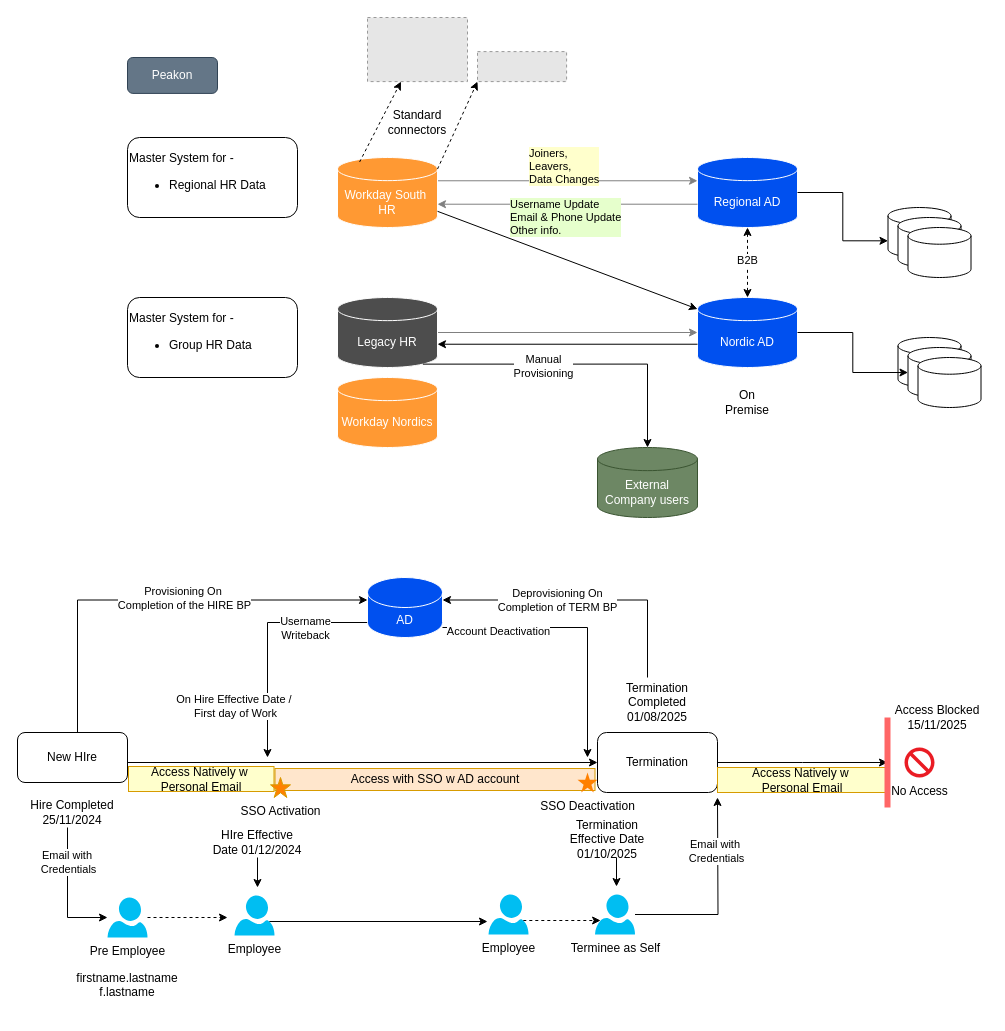
Above: KARNOV.drawio in sandyaroma/sandyaroma (draw.io), before the change. Source tidied: cells renumbered, new cells numbered last; positions are measured from the earlier drawing's top-left corner, leaving out a move shared by most shapes. Both pictures are drawn from the tidied source at 100%, with x=0, y=0 at pixel (17, 17). Pictures stored in the file or linked from it are replaced by grey dashed boxes.
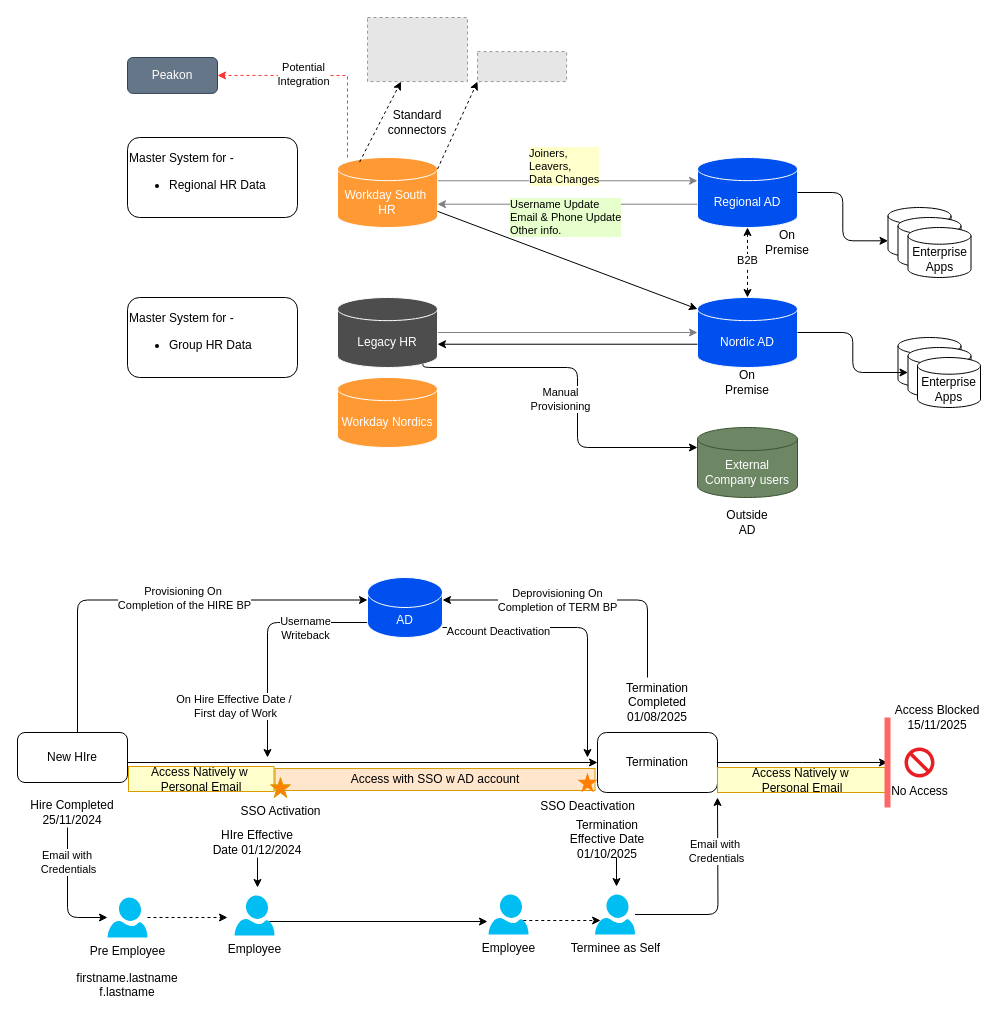
After the change.

The change refers to these unchanged cells:
```xml
<mxCell id="4" value="&lt;font color=&quot;#ffffff&quot;&gt;Workday South&amp;nbsp;&lt;/font&gt;&lt;div&gt;&lt;font color=&quot;#ffffff&quot;&gt;HR&lt;/font&gt;&lt;/div&gt;" style="shape=cylinder3;whiteSpace=wrap;html=1;boundedLbl=1;backgroundOutline=1;size=11.56951904296875;fillColor=#FF9933;strokeColor=#FFFFFF;" parent="1" vertex="1">
  <mxGeometry x="320" y="140" width="100" height="70" as="geometry" />
</mxCell>
<mxCell id="5" value="&lt;font color=&quot;#ffffff&quot;&gt;Regional AD&lt;/font&gt;" style="shape=cylinder3;whiteSpace=wrap;html=1;boundedLbl=1;backgroundOutline=1;size=11.56951904296875;fillColor=#0050ef;strokeColor=#FFFFFF;fontColor=#ffffff;" parent="1" vertex="1">
  <mxGeometry x="680" y="140" width="100" height="70" as="geometry" />
</mxCell>
<mxCell id="6" value="&lt;font color=&quot;#ffffff&quot;&gt;Nordic AD&lt;/font&gt;" style="shape=cylinder3;whiteSpace=wrap;html=1;boundedLbl=1;backgroundOutline=1;size=11.56951904296875;fillColor=#0050ef;strokeColor=#FFFFFF;fontColor=#ffffff;" parent="1" vertex="1">
  <mxGeometry x="680" y="280" width="100" height="70" as="geometry" />
</mxCell>
<mxCell id="8" value="&lt;font color=&quot;#ffffff&quot;&gt;Legacy HR&lt;/font&gt;" style="shape=cylinder3;whiteSpace=wrap;html=1;boundedLbl=1;backgroundOutline=1;size=11.56951904296875;fillColor=#4D4D4D;strokeColor=#FFFFFF;" parent="1" vertex="1">
  <mxGeometry x="320" y="280" width="100" height="70" as="geometry" />
</mxCell>
<mxCell id="19" value="Peakon" style="rounded=1;whiteSpace=wrap;html=1;fillColor=#647687;fontColor=#ffffff;strokeColor=#314354;" parent="1" vertex="1">
  <mxGeometry x="110" y="40" width="90" height="35.9" as="geometry" />
</mxCell>
<mxCell id="26" value="New HIre" style="rounded=1;whiteSpace=wrap;html=1;" parent="1" vertex="1">
  <mxGeometry y="715" width="110" height="50" as="geometry" />
</mxCell>
<mxCell id="32" value="Hire Completed&lt;div&gt;25/11/2024&lt;/div&gt;" style="text;html=1;align=center;verticalAlign=middle;whiteSpace=wrap;rounded=0;" parent="1" vertex="1">
  <mxGeometry x="10" y="780" width="90" height="30" as="geometry" />
</mxCell>
<mxCell id="35" value="Pre Employee" style="verticalLabelPosition=bottom;html=1;verticalAlign=top;align=center;strokeColor=none;fillColor=#00BEF2;shape=mxgraph.azure.user;" parent="1" vertex="1">
  <mxGeometry x="90" y="880" width="40" height="40" as="geometry" />
</mxCell>
<mxCell id="42" value="AD" style="shape=cylinder3;whiteSpace=wrap;html=1;boundedLbl=1;backgroundOutline=1;size=15;fillColor=#0050ef;fontColor=#ffffff;strokeColor=#FFFFFF;" parent="1" vertex="1">
  <mxGeometry x="350" y="560" width="75" height="60" as="geometry" />
</mxCell>
<mxCell id="47" value="Terminee as Self" style="verticalLabelPosition=bottom;html=1;verticalAlign=top;align=center;strokeColor=none;fillColor=#00BEF2;shape=mxgraph.azure.user;" parent="1" vertex="1">
  <mxGeometry x="577.5" y="877" width="40" height="40" as="geometry" />
</mxCell>
<mxCell id="65" style="shape=cylinder3;whiteSpace=wrap;html=1;boundedLbl=1;backgroundOutline=1;size=8.363479614257841;" parent="1" vertex="1">
  <mxGeometry x="870.5" y="190" width="63" height="50" as="geometry" />
</mxCell>
<mxCell id="70" style="shape=cylinder3;whiteSpace=wrap;html=1;boundedLbl=1;backgroundOutline=1;size=8.363479614257841;" parent="1" vertex="1">
  <mxGeometry x="890.5" y="330" width="63" height="50" as="geometry" />
</mxCell>
```

The edit, as a diff of the source:
```diff
@@
+    <mxCell id="76" style="edgeStyle=orthogonalEdgeStyle;rounded=0;jettySize=auto;html=1;entryX=1;entryY=0.5;entryDx=0;entryDy=0;dashed=1;strokeColor=#FF3333;" parent="1" edge="1" source="4" target="19">
+      <mxGeometry relative="1" as="geometry">
+        <Array as="points">
+          <mxPoint x="330" y="58" />
+        </Array>
+      </mxGeometry>
+    </mxCell>
+    <mxCell id="77" value="Potential&lt;div&gt;Integration&lt;/div&gt;" style="edgeLabel;html=1;align=center;verticalAlign=middle;" parent="76" vertex="1">
+      <mxGeometry x="0.2" y="-1" relative="1" as="geometry" />
+    </mxCell>
@@
     <mxCell id="18" value="On Premise" style="text;html=1;align=center;verticalAlign=middle;whiteSpace=wrap;rounded=0;" parent="1" vertex="1">
-      <mxGeometry x="700" y="370" width="60" height="30" as="geometry" />
+      <mxGeometry x="700" y="350" width="60" height="30" as="geometry" />
     </mxCell>
@@
-    <mxCell id="24" style="edgeStyle=orthogonalEdgeStyle;rounded=0;jettySize=auto;html=1;entryX=0;entryY=0;entryDx=0;entryDy=22.5;entryPerimeter=0;" parent="1" edge="1" source="26" target="42">
+    <mxCell id="24" style="edgeStyle=orthogonalEdgeStyle;rounded=1;jettySize=auto;html=1;entryX=0;entryY=0;entryDx=0;entryDy=22.5;entryPerimeter=0;curved=0;" parent="1" edge="1" source="26" target="42">
       <mxGeometry relative="1" as="geometry">
         <Array as="points">
           <mxPoint x="60" y="583" />
         </Array>
       </mxGeometry>
     </mxCell>
@@
-    <mxCell id="30" style="edgeStyle=orthogonalEdgeStyle;rounded=0;jettySize=auto;html=1;" parent="1" edge="1" source="32" target="35">
+    <mxCell id="30" style="edgeStyle=orthogonalEdgeStyle;rounded=1;jettySize=auto;html=1;curved=0;" parent="1" edge="1" source="32" target="35">
       <mxGeometry relative="1" as="geometry">
         <Array as="points">
           <mxPoint x="50" y="900" />
         </Array>
       </mxGeometry>
     </mxCell>
@@
-    <mxCell id="38" style="edgeStyle=orthogonalEdgeStyle;rounded=0;jettySize=auto;html=1;exitX=0;exitY=1;exitDx=0;exitDy=-15;exitPerimeter=0;" parent="1" edge="1" source="42">
+    <mxCell id="38" style="edgeStyle=orthogonalEdgeStyle;rounded=1;jettySize=auto;html=1;exitX=0;exitY=1;exitDx=0;exitDy=-15;exitPerimeter=0;curved=0;" parent="1" edge="1" source="42">
       <mxGeometry relative="1" as="geometry">
         <mxPoint x="250" y="740" as="targetPoint" />
         <Array as="points">
           <mxPoint x="250" y="605" />
         </Array>
       </mxGeometry>
     </mxCell>
@@
-    <mxCell id="41" style="edgeStyle=orthogonalEdgeStyle;rounded=0;jettySize=auto;html=1;" parent="1" edge="1" source="42">
+    <mxCell id="41" style="edgeStyle=orthogonalEdgeStyle;rounded=1;jettySize=auto;html=1;curved=0;" parent="1" edge="1" source="42">
       <mxGeometry relative="1" as="geometry">
         <mxPoint x="570" y="740" as="targetPoint" />
         <Array as="points">
           <mxPoint x="570" y="610" />
         </Array>
       </mxGeometry>
     </mxCell>
@@
-    <mxCell id="45" style="edgeStyle=orthogonalEdgeStyle;rounded=0;jettySize=auto;html=1;" parent="1" edge="1" source="47">
+    <mxCell id="45" style="edgeStyle=orthogonalEdgeStyle;rounded=1;jettySize=auto;html=1;curved=0;" parent="1" edge="1" source="47">
       <mxGeometry relative="1" as="geometry">
         <mxPoint x="700" y="780" as="targetPoint" />
       </mxGeometry>
     </mxCell>
@@
-    <mxCell id="57" style="edgeStyle=orthogonalEdgeStyle;rounded=0;jettySize=auto;html=1;entryX=1;entryY=0;entryDx=0;entryDy=22.5;entryPerimeter=0;" parent="1" edge="1" target="42">
+    <mxCell id="57" style="edgeStyle=orthogonalEdgeStyle;rounded=1;jettySize=auto;html=1;entryX=1;entryY=0;entryDx=0;entryDy=22.5;entryPerimeter=0;curved=0;" parent="1" edge="1" target="42">
       <mxGeometry relative="1" as="geometry">
         <mxPoint x="630" y="660" as="sourcePoint" />
         <Array as="points">
           <mxPoint x="630" y="583" />
         </Array>
       </mxGeometry>
     </mxCell>
@@
-    <mxCell id="67" style="shape=cylinder3;whiteSpace=wrap;html=1;boundedLbl=1;backgroundOutline=1;size=8.363479614257841;" parent="1" vertex="1">
+    <mxCell id="67" value="Enterprise&lt;div&gt;Apps&lt;/div&gt;" style="shape=cylinder3;whiteSpace=wrap;html=1;boundedLbl=1;backgroundOutline=1;size=8.363479614257841;" parent="1" vertex="1">
       <mxGeometry x="890.5" y="210" width="63" height="50" as="geometry" />
     </mxCell>
-    <mxCell id="68" style="edgeStyle=orthogonalEdgeStyle;rounded=0;jettySize=auto;html=1;entryX=0;entryY=0;entryDx=0;entryDy=33.31826019287108;entryPerimeter=0;" parent="1" edge="1" source="5" target="65">
+    <mxCell id="68" style="edgeStyle=orthogonalEdgeStyle;rounded=1;jettySize=auto;html=1;entryX=0;entryY=0;entryDx=0;entryDy=33.31826019287108;entryPerimeter=0;curved=0;" parent="1" edge="1" source="5" target="65">
       <mxGeometry relative="1" as="geometry" />
     </mxCell>
@@
-    <mxCell id="71" style="shape=cylinder3;whiteSpace=wrap;html=1;boundedLbl=1;backgroundOutline=1;size=8.363479614257841;" parent="1" vertex="1">
-      <mxGeometry x="900.5" y="340" width="63" height="50" as="geometry" />
-    </mxCell>
-    <mxCell id="72" style="edgeStyle=orthogonalEdgeStyle;rounded=0;jettySize=auto;html=1;entryX=0;entryY=0.5;entryDx=0;entryDy=0;entryPerimeter=0;" parent="1" edge="1" source="6" target="70">
+    <mxCell id="72" style="edgeStyle=orthogonalEdgeStyle;rounded=1;jettySize=auto;html=1;entryX=0;entryY=0.5;entryDx=0;entryDy=0;entryPerimeter=0;curved=0;" parent="1" edge="1" source="6" target="70">
       <mxGeometry relative="1" as="geometry" />
     </mxCell>
     <mxCell id="73" value="&lt;font color=&quot;#ffffff&quot;&gt;External&lt;/font&gt;&lt;div&gt;&lt;font color=&quot;#ffffff&quot;&gt;Company users&lt;/font&gt;&lt;/div&gt;" style="shape=cylinder3;whiteSpace=wrap;html=1;boundedLbl=1;backgroundOutline=1;size=11.56951904296875;fillColor=#6d8764;strokeColor=#3A5431;fontColor=#ffffff;" parent="1" vertex="1">
-      <mxGeometry x="580" y="430" width="100" height="70" as="geometry" />
+      <mxGeometry x="680" y="410" width="100" height="70" as="geometry" />
     </mxCell>
-    <mxCell id="74" style="edgeStyle=orthogonalEdgeStyle;rounded=0;jettySize=auto;html=1;exitX=0.855;exitY=1;exitDx=0;exitDy=-3.3551605224609373;exitPerimeter=0;entryX=0.5;entryY=0;entryDx=0;entryDy=0;entryPerimeter=0;" parent="1" edge="1" source="8" target="73">
-      <mxGeometry relative="1" as="geometry" />
+    <mxCell id="74" style="edgeStyle=orthogonalEdgeStyle;rounded=1;jettySize=auto;html=1;exitX=0.855;exitY=1;exitDx=0;exitDy=-3.3551605224609373;exitPerimeter=0;curved=0;" parent="1" edge="1" source="8">
+      <mxGeometry relative="1" as="geometry">
+        <mxPoint x="680" y="430" as="targetPoint" />
+        <Array as="points">
+          <mxPoint x="406" y="350" />
+          <mxPoint x="560" y="350" />
+          <mxPoint x="560" y="430" />
+        </Array>
+      </mxGeometry>
     </mxCell>
     <mxCell id="75" value="Manual&lt;div&gt;Provisioning&lt;/div&gt;" style="edgeLabel;html=1;align=center;verticalAlign=middle;" parent="74" vertex="1">
-      <mxGeometry x="-0.22" y="-2" relative="1" as="geometry" />
+      <mxGeometry x="-0.22" y="-2" relative="1" as="geometry">
+        <mxPoint y="29" as="offset" />
+      </mxGeometry>
     </mxCell>
+    <mxCell id="78" value="Enterprise&lt;div&gt;Apps&lt;/div&gt;" style="shape=cylinder3;whiteSpace=wrap;html=1;boundedLbl=1;backgroundOutline=1;size=8.363479614257841;" parent="1" vertex="1">
+      <mxGeometry x="900" y="340" width="63" height="50" as="geometry" />
+    </mxCell>
+    <mxCell id="79" value="Outside AD" style="text;html=1;align=center;verticalAlign=middle;whiteSpace=wrap;rounded=0;" parent="1" vertex="1">
+      <mxGeometry x="700" y="490" width="60" height="30" as="geometry" />
+    </mxCell>
+    <mxCell id="80" value="On Premise" style="text;html=1;align=center;verticalAlign=middle;whiteSpace=wrap;rounded=0;" parent="1" vertex="1">
+      <mxGeometry x="740" y="210" width="60" height="30" as="geometry" />
+    </mxCell>
```
